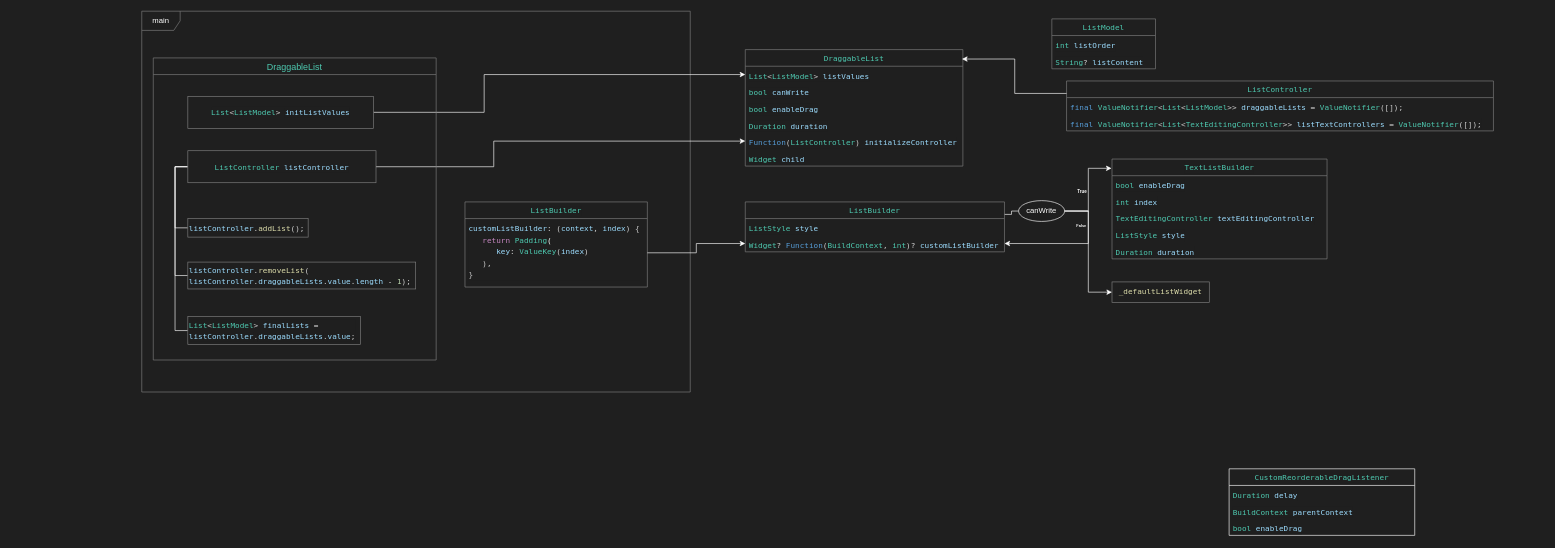
Before: 제목 없는 다이어그램.drawio in irismake/draggable_list, a draw.io diagram. Source tidied: cells renumbered, new cells numbered last; positions are measured from the earlier drawing's top-left corner, leaving out a move shared by most shapes. Both pictures are drawn from the tidied source at 64%, with x=0, y=0 at pixel (141, 11).
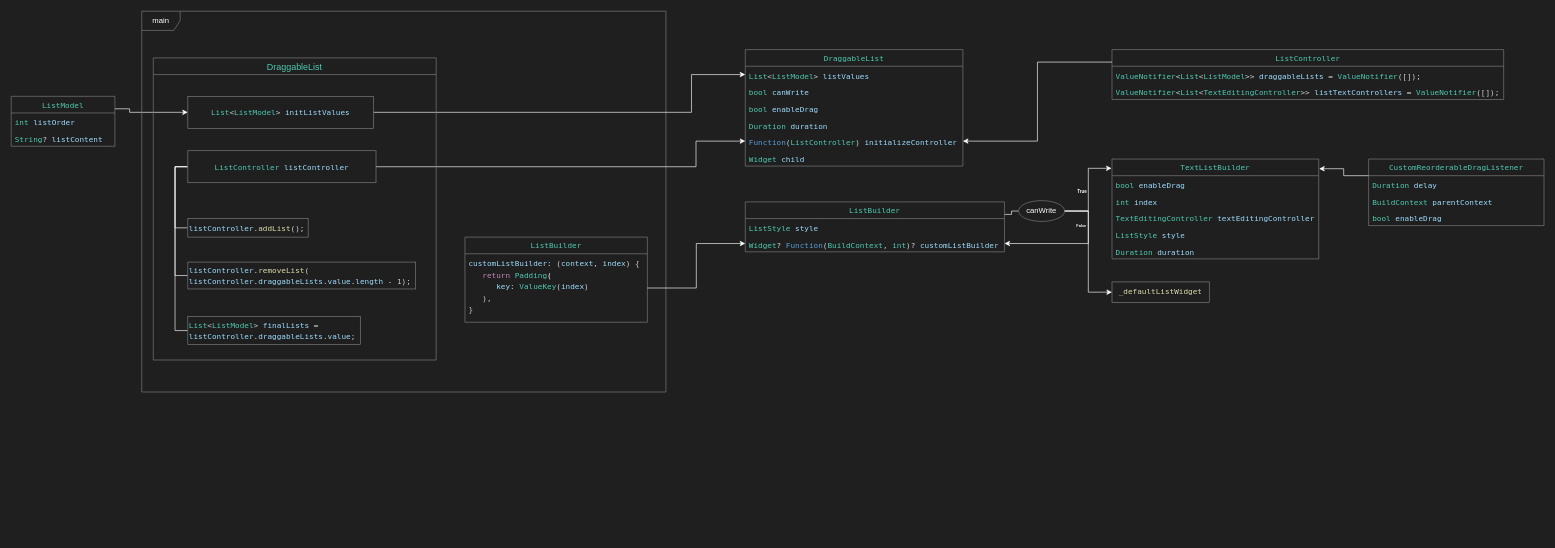
The same diagram, later.

Commit message (it also covers changes not shown here):
제목 없는 다이어그램.drawio 업데이트

The change refers to these unchanged cells:
```xml
<mxCell id="2" value="&lt;div style=&quot;color: rgb(204, 204, 204); background-color: rgb(31, 31, 31); font-family: Menlo, Monaco, &amp;quot;Courier New&amp;quot;, monospace; line-height: 18px; white-space: pre;&quot;&gt;&lt;span style=&quot;color: #4ec9b0;&quot;&gt;DraggableList&lt;/span&gt;&lt;/div&gt;" style="swimlane;fontStyle=0;horizontal=1;startSize=26;fillColor=none;whiteSpace=wrap;html=1;strokeColor=light-dark(#808080,#EDEDED);" parent="1" vertex="1">
  <mxGeometry x="943" y="60" width="340" height="182" as="geometry" />
</mxCell>
<mxCell id="3" value="&lt;div style=&quot;color: rgb(204, 204, 204); background-color: rgb(31, 31, 31); font-family: Menlo, Monaco, &amp;quot;Courier New&amp;quot;, monospace; line-height: 18px; white-space: pre;&quot;&gt;&lt;span style=&quot;color: #4ec9b0;&quot;&gt;List&lt;/span&gt;&amp;lt;&lt;span style=&quot;color: #4ec9b0;&quot;&gt;ListModel&lt;/span&gt;&amp;gt; &lt;span style=&quot;color: #9cdcfe;&quot;&gt;listValues&lt;/span&gt;&lt;/div&gt;" style="text;strokeColor=none;fillColor=none;align=left;verticalAlign=top;spacingLeft=4;spacingRight=4;overflow=hidden;points=[[0,0.5],[1,0.5]];portConstraint=eastwest;whiteSpace=wrap;html=1;" parent="2" vertex="1">
  <mxGeometry y="26" width="340" height="26" as="geometry" />
</mxCell>
<mxCell id="7" value="&lt;div style=&quot;color: rgb(204, 204, 204); background-color: rgb(31, 31, 31); font-family: Menlo, Monaco, &amp;quot;Courier New&amp;quot;, monospace; line-height: 18px; white-space: pre;&quot;&gt;&lt;span style=&quot;color: #569cd6;&quot;&gt;Function&lt;/span&gt;(&lt;span style=&quot;color: #4ec9b0;&quot;&gt;ListController&lt;/span&gt;) &lt;span style=&quot;color: #9cdcfe;&quot;&gt;initializeController&lt;/span&gt;&lt;/div&gt;" style="text;strokeColor=none;fillColor=none;align=left;verticalAlign=top;spacingLeft=4;spacingRight=4;overflow=hidden;points=[[0,0.5],[1,0.5]];portConstraint=eastwest;whiteSpace=wrap;html=1;" parent="2" vertex="1">
  <mxGeometry y="130" width="340" height="26" as="geometry" />
</mxCell>
<mxCell id="37" value="&lt;div style=&quot;color: rgb(204, 204, 204); background-color: rgb(31, 31, 31); font-family: Menlo, Monaco, &amp;quot;Courier New&amp;quot;, monospace; line-height: 18px; white-space: pre;&quot;&gt;&lt;span style=&quot;color: rgb(78, 201, 176);&quot;&gt;ListController&lt;/span&gt; &lt;span style=&quot;color: rgb(156, 220, 254);&quot;&gt;listController&lt;/span&gt;&lt;/div&gt;" style="html=1;whiteSpace=wrap;fillColor=light-dark(#1f1f1f, #ededed);strokeColor=light-dark(#808080,#EDEDED);" parent="1" vertex="1">
  <mxGeometry x="72" y="218" width="294" height="50" as="geometry" />
</mxCell>
<mxCell id="39" value="&lt;div style=&quot;color: rgb(204, 204, 204); background-color: rgb(31, 31, 31); font-family: Menlo, Monaco, &amp;quot;Courier New&amp;quot;, monospace; line-height: 18px; white-space: pre;&quot;&gt;&lt;div style=&quot;line-height: 18px;&quot;&gt;&lt;span style=&quot;color: rgb(78, 201, 176);&quot;&gt;List&lt;/span&gt;&amp;lt;&lt;span style=&quot;color: rgb(78, 201, 176);&quot;&gt;ListModel&lt;/span&gt;&amp;gt; &lt;span style=&quot;color: rgb(156, 220, 254); background-color: light-dark(rgb(31, 31, 31), rgb(210, 210, 210));&quot;&gt;initListValues&lt;/span&gt;&lt;/div&gt;&lt;/div&gt;" style="html=1;whiteSpace=wrap;fillColor=light-dark(#1f1f1f, #ededed);strokeColor=light-dark(#808080,#EDEDED);" parent="1" vertex="1">
  <mxGeometry x="72" y="133" width="290" height="50" as="geometry" />
</mxCell>
```

Diff of the diagram source:
```diff
@@
     <mxCell id="9" value="&lt;div style=&quot;color: rgb(204, 204, 204); background-color: rgb(31, 31, 31); font-family: Menlo, Monaco, &amp;quot;Courier New&amp;quot;, monospace; line-height: 18px; white-space: pre;&quot;&gt;&lt;div style=&quot;line-height: 18px;&quot;&gt;&lt;span style=&quot;color: #4ec9b0;&quot;&gt;ListController&lt;/span&gt;&lt;/div&gt;&lt;/div&gt;" style="swimlane;fontStyle=0;horizontal=1;startSize=26;fillColor=none;whiteSpace=wrap;html=1;strokeColor=light-dark(#808080,#EDEDED);" parent="1" vertex="1">
-      <mxGeometry x="1445" y="109" width="667" height="78" as="geometry" />
+      <mxGeometry x="1516" y="60" width="612" height="78" as="geometry" />
     </mxCell>
-    <mxCell id="10" value="&lt;div style=&quot;color: rgb(204, 204, 204); background-color: rgb(31, 31, 31); font-family: Menlo, Monaco, &amp;quot;Courier New&amp;quot;, monospace; line-height: 18px; white-space: pre;&quot;&gt;&lt;div style=&quot;line-height: 18px;&quot;&gt;&lt;span style=&quot;color: #569cd6;&quot;&gt;final&lt;/span&gt; &lt;span style=&quot;color: #4ec9b0;&quot;&gt;ValueNotifier&lt;/span&gt;&amp;lt;&lt;span style=&quot;color: #4ec9b0;&quot;&gt;List&lt;/span&gt;&amp;lt;&lt;span style=&quot;color: #4ec9b0;&quot;&gt;ListModel&lt;/span&gt;&amp;gt;&amp;gt; &lt;span style=&quot;color: #9cdcfe;&quot;&gt;draggableLists&lt;/span&gt; &lt;span style=&quot;color: #d4d4d4;&quot;&gt;=&lt;/span&gt; &lt;span style=&quot;color: #4ec9b0;&quot;&gt;ValueNotifier&lt;/span&gt;([]);&lt;/div&gt;&lt;/div&gt;" style="text;strokeColor=none;fillColor=none;align=left;verticalAlign=top;spacingLeft=4;spacingRight=4;overflow=hidden;whiteSpace=wrap;html=1;" parent="9" vertex="1">
-      <mxGeometry y="26" width="667" height="26" as="geometry" />
+    <mxCell id="10" value="&lt;div style=&quot;color: rgb(204, 204, 204); background-color: rgb(31, 31, 31); font-family: Menlo, Monaco, &amp;quot;Courier New&amp;quot;, monospace; line-height: 18px; white-space: pre;&quot;&gt;&lt;div style=&quot;line-height: 18px;&quot;&gt;&lt;span style=&quot;color: rgb(78, 201, 176);&quot;&gt;ValueNotifier&lt;/span&gt;&amp;lt;&lt;span style=&quot;color: rgb(78, 201, 176);&quot;&gt;List&lt;/span&gt;&amp;lt;&lt;span style=&quot;color: rgb(78, 201, 176);&quot;&gt;ListModel&lt;/span&gt;&amp;gt;&amp;gt; &lt;span style=&quot;color: rgb(156, 220, 254);&quot;&gt;draggableLists&lt;/span&gt; &lt;span style=&quot;color: rgb(212, 212, 212);&quot;&gt;=&lt;/span&gt; &lt;span style=&quot;color: rgb(78, 201, 176);&quot;&gt;ValueNotifier&lt;/span&gt;([]);&lt;/div&gt;&lt;/div&gt;" style="text;strokeColor=none;fillColor=none;align=left;verticalAlign=top;spacingLeft=4;spacingRight=4;overflow=hidden;whiteSpace=wrap;html=1;" parent="9" vertex="1">
+      <mxGeometry y="26" width="612" height="26" as="geometry" />
     </mxCell>
-    <mxCell id="11" value="&lt;div style=&quot;color: rgb(204, 204, 204); background-color: rgb(31, 31, 31); font-family: Menlo, Monaco, &amp;quot;Courier New&amp;quot;, monospace; line-height: 18px; white-space: pre;&quot;&gt;&lt;div style=&quot;line-height: 18px;&quot;&gt;&lt;span style=&quot;color: #569cd6;&quot;&gt;final&lt;/span&gt; &lt;span style=&quot;color: #4ec9b0;&quot;&gt;ValueNotifier&lt;/span&gt;&amp;lt;&lt;span style=&quot;color: #4ec9b0;&quot;&gt;List&lt;/span&gt;&amp;lt;&lt;span style=&quot;color: #4ec9b0;&quot;&gt;TextEditingController&lt;/span&gt;&amp;gt;&amp;gt; &lt;span style=&quot;color: #9cdcfe;&quot;&gt;listTextControllers&lt;/span&gt; &lt;span style=&quot;color: #d4d4d4;&quot;&gt;=&lt;/span&gt; &lt;span style=&quot;color: #4ec9b0;&quot;&gt;ValueNotifier&lt;/span&gt;([]);&lt;/div&gt;&lt;/div&gt;" style="text;strokeColor=none;fillColor=none;align=left;verticalAlign=top;spacingLeft=4;spacingRight=4;overflow=hidden;whiteSpace=wrap;html=1;" parent="9" vertex="1">
-      <mxGeometry y="52" width="667" height="26" as="geometry" />
+    <mxCell id="11" value="&lt;div style=&quot;color: rgb(204, 204, 204); background-color: rgb(31, 31, 31); font-family: Menlo, Monaco, &amp;quot;Courier New&amp;quot;, monospace; line-height: 18px; white-space: pre;&quot;&gt;&lt;div style=&quot;line-height: 18px;&quot;&gt;&lt;span style=&quot;color: rgb(78, 201, 176);&quot;&gt;ValueNotifier&lt;/span&gt;&amp;lt;&lt;span style=&quot;color: rgb(78, 201, 176);&quot;&gt;List&lt;/span&gt;&amp;lt;&lt;span style=&quot;color: rgb(78, 201, 176);&quot;&gt;TextEditingController&lt;/span&gt;&amp;gt;&amp;gt; &lt;span style=&quot;color: rgb(156, 220, 254);&quot;&gt;listTextControllers&lt;/span&gt; &lt;span style=&quot;color: rgb(212, 212, 212);&quot;&gt;=&lt;/span&gt; &lt;span style=&quot;color: rgb(78, 201, 176);&quot;&gt;ValueNotifier&lt;/span&gt;([]);&lt;/div&gt;&lt;/div&gt;" style="text;strokeColor=none;fillColor=none;align=left;verticalAlign=top;spacingLeft=4;spacingRight=4;overflow=hidden;whiteSpace=wrap;html=1;" parent="9" vertex="1">
+      <mxGeometry y="52" width="612" height="26" as="geometry" />
     </mxCell>
@@
     <mxCell id="16" value="&lt;div style=&quot;background-color: rgb(31, 31, 31); font-family: Menlo, Monaco, &amp;quot;Courier New&amp;quot;, monospace; line-height: 18px; white-space: pre; color: rgb(204, 204, 204);&quot;&gt;&lt;div style=&quot;line-height: 18px;&quot;&gt;&lt;span style=&quot;color: #4ec9b0;&quot;&gt;TextListBuilder&lt;/span&gt;&lt;/div&gt;&lt;/div&gt;" style="swimlane;fontStyle=0;horizontal=1;startSize=26;fillColor=none;whiteSpace=wrap;html=1;strokeColor=light-dark(#808080,#EDEDED);" parent="1" vertex="1">
-      <mxGeometry x="1516" y="231" width="336" height="156" as="geometry" />
+      <mxGeometry x="1516" y="231" width="323" height="156" as="geometry" />
     </mxCell>
     <mxCell id="17" value="&lt;div style=&quot;color: rgb(204, 204, 204); background-color: rgb(31, 31, 31); font-family: Menlo, Monaco, &amp;quot;Courier New&amp;quot;, monospace; line-height: 18px; white-space: pre;&quot;&gt;&lt;div style=&quot;line-height: 18px;&quot;&gt;&lt;div style=&quot;line-height: 18px;&quot;&gt;&lt;span style=&quot;color: #4ec9b0;&quot;&gt;bool&lt;/span&gt; &lt;span style=&quot;color: #9cdcfe;&quot;&gt;enableDrag&lt;/span&gt;&lt;/div&gt;&lt;/div&gt;&lt;/div&gt;" style="text;strokeColor=none;fillColor=none;align=left;verticalAlign=top;spacingLeft=4;spacingRight=4;overflow=hidden;whiteSpace=wrap;html=1;" parent="16" vertex="1">
-      <mxGeometry y="26" width="336" height="26" as="geometry" />
+      <mxGeometry y="26" width="323" height="26" as="geometry" />
     </mxCell>
     <mxCell id="18" value="&lt;div style=&quot;color: rgb(204, 204, 204); background-color: rgb(31, 31, 31); font-family: Menlo, Monaco, &amp;quot;Courier New&amp;quot;, monospace; line-height: 18px; white-space: pre;&quot;&gt;&lt;span style=&quot;color: #4ec9b0;&quot;&gt;int&lt;/span&gt; &lt;span style=&quot;color: #9cdcfe;&quot;&gt;index&lt;/span&gt;&lt;/div&gt;" style="text;strokeColor=none;fillColor=none;align=left;verticalAlign=top;spacingLeft=4;spacingRight=4;overflow=hidden;whiteSpace=wrap;html=1;" parent="16" vertex="1">
-      <mxGeometry y="52" width="336" height="26" as="geometry" />
+      <mxGeometry y="52" width="323" height="26" as="geometry" />
     </mxCell>
     <mxCell id="19" value="&lt;div style=&quot;color: rgb(204, 204, 204); background-color: rgb(31, 31, 31); font-family: Menlo, Monaco, &amp;quot;Courier New&amp;quot;, monospace; line-height: 18px; white-space: pre;&quot;&gt;&lt;span style=&quot;color: #4ec9b0;&quot;&gt;TextEditingController&lt;/span&gt; &lt;span style=&quot;color: #9cdcfe;&quot;&gt;textEditingController&lt;/span&gt;&lt;/div&gt;" style="text;strokeColor=none;fillColor=none;align=left;verticalAlign=top;spacingLeft=4;spacingRight=4;overflow=hidden;whiteSpace=wrap;html=1;" parent="16" vertex="1">
-      <mxGeometry y="78" width="336" height="26" as="geometry" />
+      <mxGeometry y="78" width="323" height="26" as="geometry" />
     </mxCell>
     <mxCell id="20" value="&lt;div style=&quot;color: rgb(204, 204, 204); background-color: rgb(31, 31, 31); font-family: Menlo, Monaco, &amp;quot;Courier New&amp;quot;, monospace; line-height: 18px; white-space: pre;&quot;&gt;&lt;span style=&quot;color: #4ec9b0;&quot;&gt;ListStyle&lt;/span&gt; &lt;span style=&quot;color: #9cdcfe;&quot;&gt;style&lt;/span&gt;&lt;/div&gt;" style="text;strokeColor=none;fillColor=none;align=left;verticalAlign=top;spacingLeft=4;spacingRight=4;overflow=hidden;whiteSpace=wrap;html=1;" parent="16" vertex="1">
-      <mxGeometry y="104" width="336" height="26" as="geometry" />
+      <mxGeometry y="104" width="323" height="26" as="geometry" />
     </mxCell>
     <mxCell id="21" value="&lt;div style=&quot;color: rgb(204, 204, 204); background-color: rgb(31, 31, 31); font-family: Menlo, Monaco, &amp;quot;Courier New&amp;quot;, monospace; line-height: 18px; white-space: pre;&quot;&gt;&lt;div style=&quot;line-height: 18px;&quot;&gt;&lt;div style=&quot;line-height: 18px;&quot;&gt;&lt;span style=&quot;color: #4ec9b0;&quot;&gt;Duration&lt;/span&gt; &lt;span style=&quot;color: #9cdcfe;&quot;&gt;duration&lt;/span&gt;&lt;/div&gt;&lt;/div&gt;&lt;/div&gt;" style="text;strokeColor=none;fillColor=none;align=left;verticalAlign=top;spacingLeft=4;spacingRight=4;overflow=hidden;whiteSpace=wrap;html=1;" parent="16" vertex="1">
-      <mxGeometry y="130" width="336" height="26" as="geometry" />
+      <mxGeometry y="130" width="323" height="26" as="geometry" />
     </mxCell>
@@
+    <mxCell id="52" style="edgeStyle=orthogonalEdgeStyle;rounded=0;jettySize=auto;html=1;exitX=1;exitY=0.25;exitDx=0;exitDy=0;entryX=0;entryY=0.5;entryDx=0;entryDy=0;strokeColor=#FFFFFF;" parent="1" edge="1" source="23" target="39">
+      <mxGeometry relative="1" as="geometry">
+        <Array as="points">
+          <mxPoint x="-19" y="152" />
+          <mxPoint x="-19" y="158" />
+        </Array>
+      </mxGeometry>
+    </mxCell>
     <mxCell id="23" value="&lt;div style=&quot;background-color: rgb(31, 31, 31); font-family: Menlo, Monaco, &amp;quot;Courier New&amp;quot;, monospace; line-height: 18px; white-space: pre; color: rgb(204, 204, 204);&quot;&gt;&lt;div style=&quot;line-height: 18px;&quot;&gt;&lt;span style=&quot;color: #4ec9b0;&quot;&gt;ListModel&lt;/span&gt;&lt;/div&gt;&lt;/div&gt;" style="swimlane;fontStyle=0;horizontal=1;startSize=26;fillColor=none;whiteSpace=wrap;html=1;strokeColor=light-dark(#808080,#EDEDED);" parent="1" vertex="1">
-      <mxGeometry x="1422" y="12" width="162" height="78" as="geometry" />
+      <mxGeometry x="-204" y="133" width="162" height="78" as="geometry" />
     </mxCell>
@@
-    <mxCell id="26" value="&lt;div style=&quot;background-color: rgb(31, 31, 31); font-family: Menlo, Monaco, &amp;quot;Courier New&amp;quot;, monospace; line-height: 18px; white-space: pre; color: rgb(204, 204, 204);&quot;&gt;&lt;div style=&quot;line-height: 18px;&quot;&gt;&lt;span style=&quot;color: #4ec9b0;&quot;&gt;CustomReorderableDragListener&lt;/span&gt;&lt;/div&gt;&lt;/div&gt;" style="swimlane;fontStyle=0;horizontal=1;startSize=26;fillColor=none;whiteSpace=wrap;html=1;strokeColor=light-dark(#ffffff, #ededed);" parent="1" vertex="1">
-      <mxGeometry x="1699" y="715" width="290" height="104" as="geometry" />
+    <mxCell id="26" value="&lt;div style=&quot;background-color: rgb(31, 31, 31); font-family: Menlo, Monaco, &amp;quot;Courier New&amp;quot;, monospace; line-height: 18px; white-space: pre; color: rgb(204, 204, 204);&quot;&gt;&lt;div style=&quot;line-height: 18px;&quot;&gt;&lt;span style=&quot;color: #4ec9b0;&quot;&gt;CustomReorderableDragListener&lt;/span&gt;&lt;/div&gt;&lt;/div&gt;" style="swimlane;fontStyle=0;horizontal=1;startSize=26;fillColor=none;whiteSpace=wrap;html=1;strokeColor=light-dark(#808080,#EDEDED);" parent="1" vertex="1">
+      <mxGeometry x="1917" y="231" width="274" height="104" as="geometry" />
     </mxCell>
     <mxCell id="27" value="&lt;div style=&quot;color: rgb(204, 204, 204); background-color: rgb(31, 31, 31); font-family: Menlo, Monaco, &amp;quot;Courier New&amp;quot;, monospace; line-height: 18px; white-space: pre;&quot;&gt;&lt;div style=&quot;line-height: 18px;&quot;&gt;&lt;div style=&quot;line-height: 18px;&quot;&gt;&lt;span style=&quot;color: #4ec9b0;&quot;&gt;Duration&lt;/span&gt; &lt;span style=&quot;color: #9cdcfe;&quot;&gt;delay&lt;/span&gt;&lt;/div&gt;&lt;/div&gt;&lt;/div&gt;" style="text;strokeColor=none;fillColor=none;align=left;verticalAlign=top;spacingLeft=4;spacingRight=4;overflow=hidden;whiteSpace=wrap;html=1;" parent="26" vertex="1">
-      <mxGeometry y="26" width="290" height="26" as="geometry" />
+      <mxGeometry y="26" width="274" height="26" as="geometry" />
     </mxCell>
     <mxCell id="28" value="&lt;div style=&quot;color: rgb(204, 204, 204); background-color: rgb(31, 31, 31); font-family: Menlo, Monaco, &amp;quot;Courier New&amp;quot;, monospace; line-height: 18px; white-space: pre;&quot;&gt;&lt;span style=&quot;color: #4ec9b0;&quot;&gt;BuildContext&lt;/span&gt; &lt;span style=&quot;color: #9cdcfe;&quot;&gt;parentContext&lt;/span&gt;&lt;/div&gt;" style="text;strokeColor=none;fillColor=none;align=left;verticalAlign=top;spacingLeft=4;spacingRight=4;overflow=hidden;whiteSpace=wrap;html=1;" parent="26" vertex="1">
-      <mxGeometry y="52" width="290" height="26" as="geometry" />
+      <mxGeometry y="52" width="274" height="26" as="geometry" />
     </mxCell>
     <mxCell id="29" value="&lt;div style=&quot;color: rgb(204, 204, 204); background-color: rgb(31, 31, 31); font-family: Menlo, Monaco, &amp;quot;Courier New&amp;quot;, monospace; line-height: 18px; white-space: pre;&quot;&gt;&lt;div style=&quot;line-height: 18px;&quot;&gt;&lt;div style=&quot;line-height: 18px;&quot;&gt;&lt;span style=&quot;color: #4ec9b0;&quot;&gt;bool&lt;/span&gt; &lt;span style=&quot;color: #9cdcfe;&quot;&gt;enableDrag&lt;/span&gt;&lt;/div&gt;&lt;/div&gt;&lt;/div&gt;" style="text;strokeColor=none;fillColor=none;align=left;verticalAlign=top;spacingLeft=4;spacingRight=4;overflow=hidden;whiteSpace=wrap;html=1;" parent="26" vertex="1">
-      <mxGeometry y="78" width="290" height="26" as="geometry" />
+      <mxGeometry y="78" width="274" height="26" as="geometry" />
     </mxCell>
     <mxCell id="30" value="&lt;font style=&quot;color: light-dark(rgb(255, 255, 255), rgb(237, 237, 237));&quot;&gt;main&lt;/font&gt;" style="shape=umlFrame;whiteSpace=wrap;html=1;strokeColor=light-dark(#808080,#EDEDED);fillColor=light-dark(#1f1f1f, #ededed);" parent="1" vertex="1">
-      <mxGeometry width="857" height="595" as="geometry" />
+      <mxGeometry width="819" height="595" as="geometry" />
     </mxCell>
     <mxCell id="31" value="&lt;span style=&quot;color: rgb(78, 201, 176); font-family: Menlo, Monaco, &amp;quot;Courier New&amp;quot;, monospace; font-weight: 400; white-space: pre; background-color: rgb(31, 31, 31);&quot;&gt;ListBuilder&lt;/span&gt;" style="swimlane;fontStyle=1;align=center;verticalAlign=top;horizontal=1;startSize=26;whiteSpace=wrap;html=1;fillColor=light-dark(#1f1f1f, #ededed);strokeColor=light-dark(#808080,#EDEDED);" parent="1" vertex="1">
-      <mxGeometry x="505" y="298" width="285" height="133" as="geometry" />
+      <mxGeometry x="505" y="353" width="285" height="133" as="geometry" />
     </mxCell>
@@
     <mxCell id="36" style="edgeStyle=orthogonalEdgeStyle;rounded=0;jettySize=auto;html=1;exitX=1;exitY=0.5;exitDx=0;exitDy=0;entryX=0;entryY=0.5;entryDx=0;entryDy=0;strokeColor=light-dark(#ffffff, #ededed);" parent="1" edge="1" source="37" target="7">
       <mxGeometry relative="1" as="geometry">
         <Array as="points">
-          <mxPoint x="550" y="243" />
-          <mxPoint x="550" y="203" />
+          <mxPoint x="866" y="243" />
+          <mxPoint x="866" y="203" />
         </Array>
       </mxGeometry>
     </mxCell>
@@
     <mxCell id="38" style="edgeStyle=orthogonalEdgeStyle;rounded=0;jettySize=auto;html=1;exitX=1;exitY=0.5;exitDx=0;exitDy=0;entryX=0;entryY=0.5;entryDx=0;entryDy=0;strokeColor=light-dark(#ffffff, #ededed);" parent="1" edge="1" source="39" target="3">
       <mxGeometry relative="1" as="geometry">
         <Array as="points">
-          <mxPoint x="535" y="158" />
-          <mxPoint x="535" y="99" />
+          <mxPoint x="859" y="158" />
+          <mxPoint x="859" y="99" />
         </Array>
       </mxGeometry>
     </mxCell>
@@
-    <mxCell id="45" style="edgeStyle=orthogonalEdgeStyle;rounded=0;jettySize=auto;html=1;exitX=0;exitY=0.25;exitDx=0;exitDy=0;entryX=0.996;entryY=0.081;entryDx=0;entryDy=0;entryPerimeter=0;strokeColor=light-dark(#ffffff, #ededed);" parent="1" edge="1" source="9" target="2">
+    <mxCell id="45" style="edgeStyle=orthogonalEdgeStyle;rounded=0;jettySize=auto;html=1;exitX=0;exitY=0.25;exitDx=0;exitDy=0;strokeColor=light-dark(#ffffff, #ededed);entryX=1;entryY=0.5;entryDx=0;entryDy=0;" parent="1" edge="1" source="9" target="7">
       <mxGeometry relative="1" as="geometry" />
     </mxCell>
@@
-    <mxCell id="50" value="&lt;font style=&quot;color: rgb(255, 255, 255);&quot;&gt;canWrite&lt;/font&gt;" style="ellipse;whiteSpace=wrap;html=1;fillColor=light-dark(#1f1f1f, #ededed);strokeColor=light-dark(#ffffff, #ededed);" parent="1" vertex="1">
+    <mxCell id="50" value="&lt;font style=&quot;color: rgb(255, 255, 255);&quot;&gt;canWrite&lt;/font&gt;" style="ellipse;whiteSpace=wrap;html=1;fillColor=light-dark(#1f1f1f, #ededed);strokeColor=light-dark(#808080,#EDEDED);" parent="1" vertex="1">
       <mxGeometry x="1370" y="296" width="72" height="32.5" as="geometry" />
     </mxCell>
@@
+    <mxCell id="53" style="edgeStyle=orthogonalEdgeStyle;rounded=0;jettySize=auto;html=1;exitX=0;exitY=0.25;exitDx=0;exitDy=0;entryX=1.002;entryY=0.097;entryDx=0;entryDy=0;entryPerimeter=0;strokeColor=#FFFFFF;" parent="1" edge="1" source="26" target="16">
+      <mxGeometry relative="1" as="geometry" />
+    </mxCell>
```
